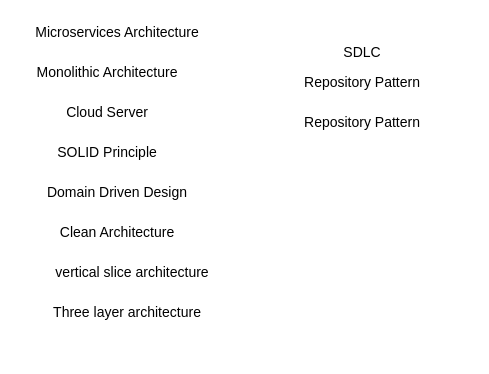
walidulhasan/UML keeps this draw.io diagram as FlowOfAsking.drawio. Above is the earlier version. Source tidied: cells renumbered, new cells numbered last; positions are measured from the earlier drawing's top-left corner, leaving out a move shared by most shapes. Both pictures are drawn from the tidied source at 100%, with x=0, y=0 at pixel (17, 17).
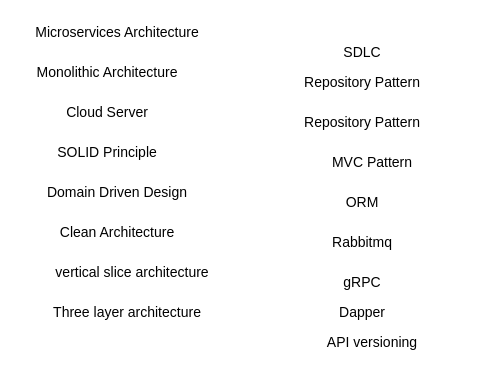
The same diagram, later.

Diff of the diagram source:
```diff
@@
 <mxGraphModel>
   <root>
     <mxCell id="0" />
     <mxCell id="1" parent="0" />
     <mxCell id="2" value="&lt;font style=&quot;font-size: 14px;&quot;&gt;Microservices Architecture&lt;/font&gt;" style="text;html=1;strokeColor=none;fillColor=none;align=center;verticalAlign=middle;whiteSpace=wrap;rounded=0;" parent="1" vertex="1">
       <mxGeometry width="200" height="30" as="geometry" />
     </mxCell>
     <mxCell id="3" value="&lt;font style=&quot;font-size: 14px;&quot;&gt;Monolithic Architecture&lt;/font&gt;" style="text;html=1;strokeColor=none;fillColor=none;align=center;verticalAlign=middle;whiteSpace=wrap;rounded=0;" parent="1" vertex="1">
       <mxGeometry x="15" y="40" width="150" height="30" as="geometry" />
     </mxCell>
     <mxCell id="4" value="&lt;font style=&quot;font-size: 14px;&quot;&gt;Cloud Server&lt;/font&gt;" style="text;html=1;strokeColor=none;fillColor=none;align=center;verticalAlign=middle;whiteSpace=wrap;rounded=0;" parent="1" vertex="1">
       <mxGeometry x="15" y="80" width="150" height="30" as="geometry" />
     </mxCell>
     <mxCell id="5" value="&lt;font style=&quot;font-size: 14px;&quot;&gt;SOLID Principle&lt;/font&gt;" style="text;html=1;strokeColor=none;fillColor=none;align=center;verticalAlign=middle;whiteSpace=wrap;rounded=0;" parent="1" vertex="1">
       <mxGeometry x="15" y="120" width="150" height="30" as="geometry" />
     </mxCell>
     <mxCell id="6" value="&lt;span style=&quot;font-size: 14px;&quot;&gt;Domain Driven Design&lt;/span&gt;" style="text;html=1;strokeColor=none;fillColor=none;align=center;verticalAlign=middle;whiteSpace=wrap;rounded=0;" parent="1" vertex="1">
       <mxGeometry x="25" y="160" width="150" height="30" as="geometry" />
     </mxCell>
     <mxCell id="7" value="&lt;span style=&quot;font-size: 14px;&quot;&gt;Clean Architecture&lt;/span&gt;" style="text;html=1;strokeColor=none;fillColor=none;align=center;verticalAlign=middle;whiteSpace=wrap;rounded=0;" parent="1" vertex="1">
       <mxGeometry x="25" y="200" width="150" height="30" as="geometry" />
     </mxCell>
     <mxCell id="8" value="&lt;font style=&quot;font-size: 14px;&quot;&gt;vertical slice architecture&lt;/font&gt;" style="text;html=1;strokeColor=none;fillColor=none;align=center;verticalAlign=middle;whiteSpace=wrap;rounded=0;" parent="1" vertex="1">
       <mxGeometry x="25" y="240" width="180" height="30" as="geometry" />
     </mxCell>
     <mxCell id="9" value="&lt;font style=&quot;font-size: 14px;&quot;&gt;Three layer architecture&lt;/font&gt;" style="text;html=1;strokeColor=none;fillColor=none;align=center;verticalAlign=middle;whiteSpace=wrap;rounded=0;" parent="1" vertex="1">
       <mxGeometry x="20" y="280" width="180" height="30" as="geometry" />
     </mxCell>
     <mxCell id="10" value="&lt;font style=&quot;font-size: 14px;&quot;&gt;SDLC&lt;/font&gt;" style="text;html=1;strokeColor=none;fillColor=none;align=center;verticalAlign=middle;whiteSpace=wrap;rounded=0;" parent="1" vertex="1">
       <mxGeometry x="245" y="20" width="200" height="30" as="geometry" />
     </mxCell>
     <mxCell id="11" value="&lt;font style=&quot;font-size: 14px;&quot;&gt;Repository Pattern&lt;/font&gt;" style="text;html=1;strokeColor=none;fillColor=none;align=center;verticalAlign=middle;whiteSpace=wrap;rounded=0;" parent="1" vertex="1">
       <mxGeometry x="245" y="50" width="200" height="30" as="geometry" />
     </mxCell>
     <mxCell id="12" value="&lt;font style=&quot;font-size: 14px;&quot;&gt;Repository Pattern&lt;/font&gt;" style="text;html=1;strokeColor=none;fillColor=none;align=center;verticalAlign=middle;whiteSpace=wrap;rounded=0;" parent="1" vertex="1">
       <mxGeometry x="245" y="90" width="200" height="30" as="geometry" />
     </mxCell>
+    <mxCell id="13" value="&lt;font style=&quot;font-size: 14px;&quot;&gt;MVC Pattern&lt;/font&gt;" style="text;html=1;strokeColor=none;fillColor=none;align=center;verticalAlign=middle;whiteSpace=wrap;rounded=0;" parent="1" vertex="1">
+      <mxGeometry x="255" y="130" width="200" height="30" as="geometry" />
+    </mxCell>
+    <mxCell id="14" value="&lt;font style=&quot;font-size: 14px;&quot;&gt;ORM&lt;/font&gt;" style="text;html=1;strokeColor=none;fillColor=none;align=center;verticalAlign=middle;whiteSpace=wrap;rounded=0;" parent="1" vertex="1">
+      <mxGeometry x="245" y="170" width="200" height="30" as="geometry" />
+    </mxCell>
+    <mxCell id="15" value="&lt;font style=&quot;font-size: 14px;&quot;&gt;Rabbitmq&lt;/font&gt;" style="text;html=1;strokeColor=none;fillColor=none;align=center;verticalAlign=middle;whiteSpace=wrap;rounded=0;" parent="1" vertex="1">
+      <mxGeometry x="245" y="210" width="200" height="30" as="geometry" />
+    </mxCell>
+    <mxCell id="16" value="&lt;span style=&quot;font-size: 14px;&quot;&gt;gRPC&lt;/span&gt;" style="text;html=1;strokeColor=none;fillColor=none;align=center;verticalAlign=middle;whiteSpace=wrap;rounded=0;" parent="1" vertex="1">
+      <mxGeometry x="245" y="250" width="200" height="30" as="geometry" />
+    </mxCell>
+    <mxCell id="17" value="&lt;font style=&quot;font-size: 14px;&quot;&gt;Dapper&lt;/font&gt;" style="text;html=1;strokeColor=none;fillColor=none;align=center;verticalAlign=middle;whiteSpace=wrap;rounded=0;" parent="1" vertex="1">
+      <mxGeometry x="245" y="280" width="200" height="30" as="geometry" />
+    </mxCell>
+    <mxCell id="18" value="&lt;font style=&quot;font-size: 14px;&quot;&gt;API versioning&lt;/font&gt;" style="text;html=1;strokeColor=none;fillColor=none;align=center;verticalAlign=middle;whiteSpace=wrap;rounded=0;" parent="1" vertex="1">
+      <mxGeometry x="255" y="310" width="200" height="30" as="geometry" />
+    </mxCell>
   </root>
 </mxGraphModel>
```
